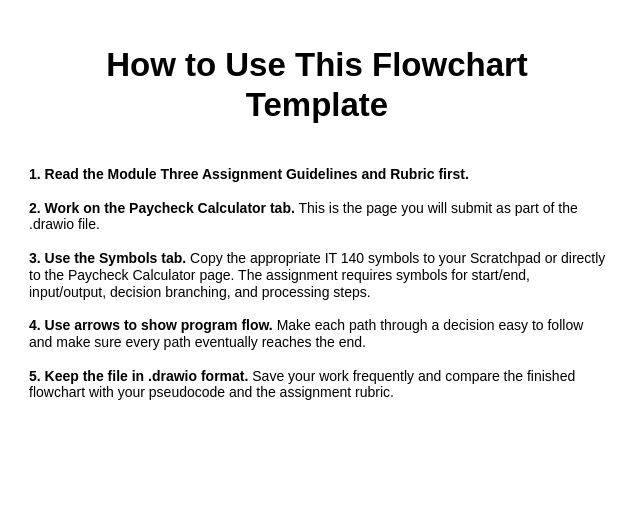
Before: page "README" (2 of 5) of design/paycheck_calculator.drawio in GC-STEM/it140-m3-assignment, a draw.io diagram. Source tidied: cells renumbered, new cells numbered last; positions are measured from the earlier drawing's top-left corner, leaving out a move shared by most shapes. Both pictures are drawn from the tidied source at 100%, with x=0, y=0 at pixel (17, 49).
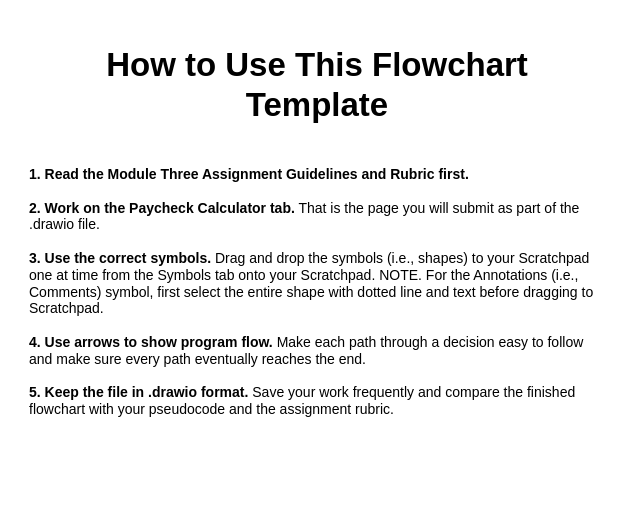
The same diagram, later.

Commit message (it also covers changes not shown here):
Refactor paycheck calculator pseudocode and Python script

Change to the diagram source:
```diff
@@
 <mxGraphModel background="#ffffff">
   <root>
     <mxCell id="0" />
     <mxCell id="1" parent="0" />
     <mxCell id="2" value="&lt;h2&gt;How to Use This Flowchart Template&lt;/h2&gt;" style="text;html=1;align=center;verticalAlign=middle;whiteSpace=wrap;rounded=0;fontSize=22;" parent="1" vertex="1">
       <mxGeometry x="35" width="530" height="70" as="geometry" />
     </mxCell>
-    <mxCell id="3" value="&lt;b&gt;1. Read the Module Three Assignment Guidelines and Rubric first.&lt;/b&gt;&lt;br&gt;&lt;br&gt;&lt;b&gt;2. Work on the Paycheck Calculator tab.&lt;/b&gt; This is the page you will submit as part of the .drawio file.&lt;br&gt;&lt;br&gt;&lt;b&gt;3. Use the Symbols tab.&lt;/b&gt; Copy the appropriate IT 140 symbols to your Scratchpad or directly to the Paycheck Calculator page. The assignment requires symbols for start/end, input/output, decision branching, and processing steps.&lt;br&gt;&lt;br&gt;&lt;b&gt;4. Use arrows to show program flow.&lt;/b&gt; Make each path through a decision easy to follow and make sure every path eventually reaches the end.&lt;br&gt;&lt;br&gt;&lt;b&gt;5. Keep the file in .drawio format.&lt;/b&gt; Save your work frequently and compare the finished flowchart with your pseudocode and the assignment rubric." style="text;html=1;align=left;verticalAlign=top;whiteSpace=wrap;rounded=1;strokeWidth=1;spacing=12;fontSize=14;" parent="1" vertex="1">
+    <mxCell id="3" value="&lt;b&gt;1. Read the Module Three Assignment Guidelines and Rubric first.&lt;/b&gt;&lt;br&gt;&lt;br&gt;&lt;b&gt;2. Work on the Paycheck Calculator tab.&lt;/b&gt; That is the page you will submit as part of the .drawio file.&lt;br&gt;&lt;br&gt;&lt;b&gt;3. Use the correct symbols.&lt;/b&gt;&amp;nbsp;Drag and drop the symbols (i.e., shapes) to your Scratchpad one at time from the Symbols tab onto your Scratchpad. NOTE. For the Annotations (i.e., Comments) symbol, first select the entire shape with dotted line and text before dragging to Scratchpad.&lt;br&gt;&lt;br&gt;&lt;b&gt;4. Use arrows to show program flow.&lt;/b&gt; Make each path through a decision easy to follow and make sure every path eventually reaches the end.&lt;br&gt;&lt;br&gt;&lt;b&gt;5. Keep the file in .drawio format.&lt;/b&gt; Save your work frequently and compare the finished flowchart with your pseudocode and the assignment rubric." style="text;html=1;align=left;verticalAlign=top;whiteSpace=wrap;rounded=1;strokeWidth=1;spacing=12;fontSize=14;" parent="1" vertex="1">
       <mxGeometry y="100" width="600" height="360" as="geometry" />
     </mxCell>
   </root>
 </mxGraphModel>
```
